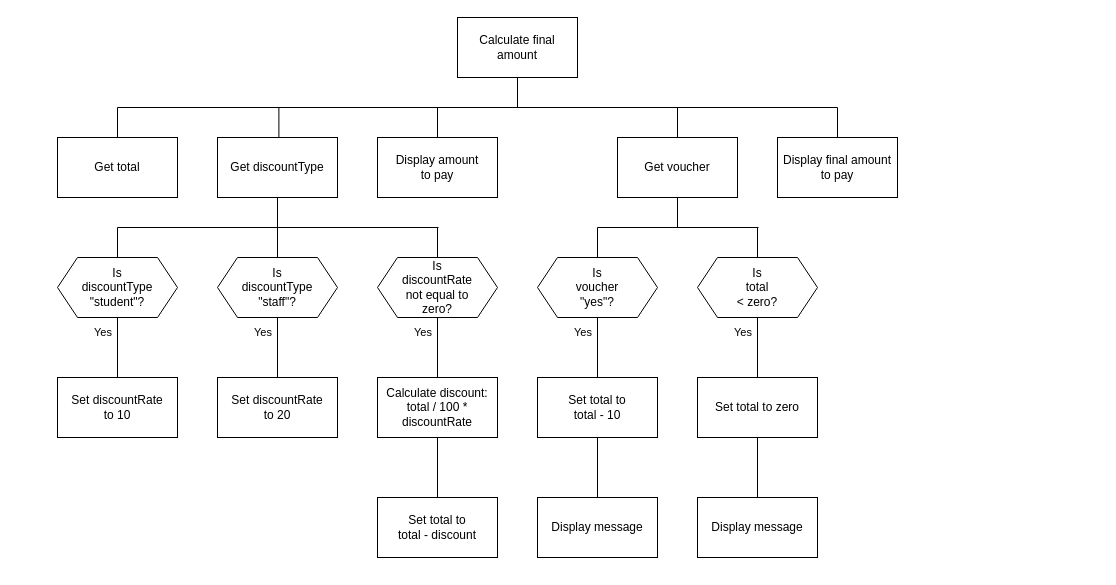
Above: page "sd2" (2 of 3) of n5/N5-SDD-Book-Shop/assets/N5 SDD Book Shop.drawio in MrFriendCS/MrFriendCS.github.io (draw.io), before the change. Source tidied: cells renumbered, new cells numbered last; positions are measured from the earlier drawing's top-left corner, leaving out a move shared by most shapes. Both pictures are drawn from the tidied source at 100%, with x=0, y=0 at pixel (57, 17).
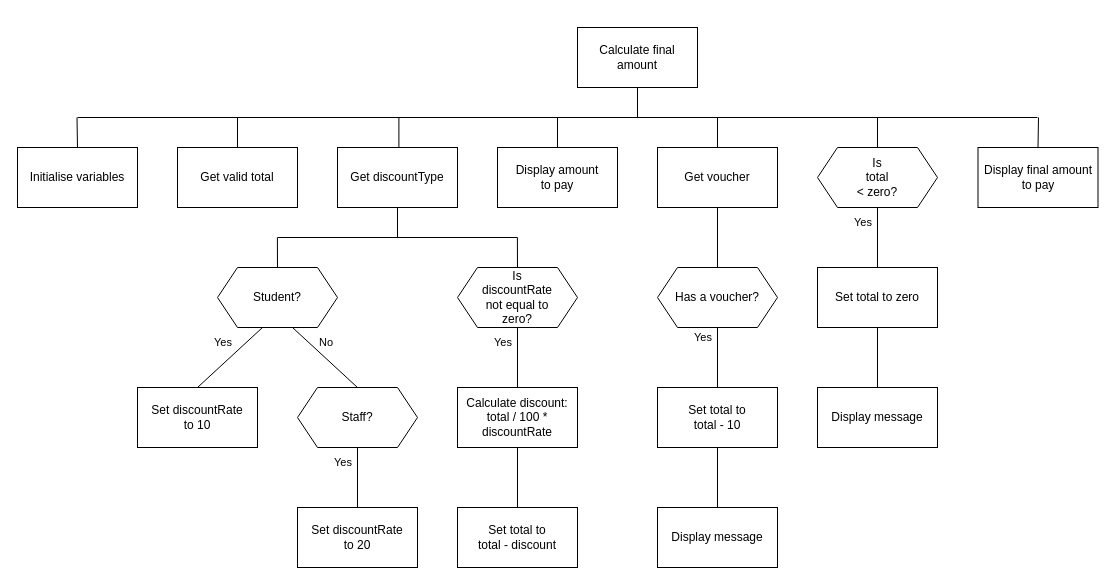
After the change.

The edit, as a diff of the source:
```diff
@@
     <mxCell id="2" style="edgeStyle=orthogonalEdgeStyle;shape=connector;rounded=0;jettySize=auto;html=1;exitX=0.5;exitY=1;exitDx=0;exitDy=0;labelBackgroundColor=default;strokeColor=default;fontFamily=Helvetica;fontSize=11;fontColor=default;endArrow=none;endFill=0;" parent="1" edge="1" source="3">
       <mxGeometry relative="1" as="geometry">
-        <mxPoint x="460" y="90" as="targetPoint" />
+        <mxPoint x="580" y="100" as="targetPoint" />
       </mxGeometry>
     </mxCell>
     <mxCell id="3" value="Calculate final amount" style="rounded=0;whiteSpace=wrap;html=1;" parent="1" vertex="1">
-      <mxGeometry x="400" width="120" height="60" as="geometry" />
+      <mxGeometry x="520" y="10" width="120" height="60" as="geometry" />
     </mxCell>
     <mxCell id="4" style="edgeStyle=orthogonalEdgeStyle;rounded=0;jettySize=auto;html=1;exitX=0.5;exitY=0;exitDx=0;exitDy=0;endArrow=none;endFill=0;" parent="1" edge="1" source="5">
       <mxGeometry relative="1" as="geometry">
-        <mxPoint x="60" y="90" as="targetPoint" />
+        <mxPoint x="180" y="100" as="targetPoint" />
       </mxGeometry>
     </mxCell>
-    <mxCell id="5" value="Get total" style="rounded=0;whiteSpace=wrap;html=1;" parent="1" vertex="1">
-      <mxGeometry y="120" width="120" height="60" as="geometry" />
+    <mxCell id="5" value="Get valid total" style="rounded=0;whiteSpace=wrap;html=1;" parent="1" vertex="1">
+      <mxGeometry x="120" y="130" width="120" height="60" as="geometry" />
     </mxCell>
     <mxCell id="6" style="edgeStyle=orthogonalEdgeStyle;rounded=0;jettySize=auto;html=1;exitX=0.5;exitY=0;exitDx=0;exitDy=0;endArrow=none;endFill=0;" parent="1" edge="1" source="7">
       <mxGeometry relative="1" as="geometry">
-        <mxPoint x="221.4" y="90" as="targetPoint" />
+        <mxPoint x="341.4" y="100" as="targetPoint" />
       </mxGeometry>
     </mxCell>
+    <mxCell id="49" style="edgeStyle=none;shape=connector;rounded=0;jettySize=auto;html=1;exitX=0.5;exitY=1;exitDx=0;exitDy=0;labelBackgroundColor=default;strokeColor=default;fontFamily=Helvetica;fontSize=11;fontColor=default;endArrow=none;endFill=0;" parent="1" edge="1" source="7">
+      <mxGeometry relative="1" as="geometry">
+        <mxPoint x="340" y="220" as="targetPoint" />
+      </mxGeometry>
+    </mxCell>
     <mxCell id="7" value="Get discountType" style="rounded=0;whiteSpace=wrap;html=1;" parent="1" vertex="1">
-      <mxGeometry x="160" y="120" width="120" height="60" as="geometry" />
+      <mxGeometry x="280" y="130" width="120" height="60" as="geometry" />
     </mxCell>
-    <mxCell id="8" style="edgeStyle=orthogonalEdgeStyle;rounded=0;orthogonalLoop=1;jettySize=auto;html=1;endArrow=none;endFill=0;" parent="1" edge="1">
-      <mxGeometry relative="1" as="geometry">
-        <mxPoint x="60" y="240" as="sourcePoint" />
-        <mxPoint x="60" y="210" as="targetPoint" />
-      </mxGeometry>
-    </mxCell>
-    <mxCell id="9" style="edgeStyle=orthogonalEdgeStyle;rounded=0;jettySize=auto;html=1;exitX=0.5;exitY=0;exitDx=0;exitDy=0;entryX=0.5;entryY=1;entryDx=0;entryDy=0;endArrow=none;endFill=0;" parent="1" edge="1" source="10" target="43">
+    <mxCell id="9" style="edgeStyle=none;shape=connector;rounded=0;jettySize=auto;html=1;exitX=0.5;exitY=0;exitDx=0;exitDy=0;entryX=0.375;entryY=1;entryDx=0;entryDy=0;labelBackgroundColor=default;strokeColor=default;fontFamily=Helvetica;fontSize=11;fontColor=default;endArrow=none;endFill=0;" parent="1" edge="1" source="10" target="43">
       <mxGeometry relative="1" as="geometry" />
     </mxCell>
     <mxCell id="10" value="Set discountRate&lt;br&gt;to 10" style="rounded=0;whiteSpace=wrap;html=1;" parent="1" vertex="1">
-      <mxGeometry y="360" width="120" height="60" as="geometry" />
+      <mxGeometry x="80" y="370" width="120" height="60" as="geometry" />
     </mxCell>
-    <mxCell id="11" style="edgeStyle=orthogonalEdgeStyle;rounded=0;orthogonalLoop=1;jettySize=auto;html=1;exitX=0.5;exitY=0;exitDx=0;exitDy=0;endArrow=none;endFill=0;" parent="1" edge="1">
-      <mxGeometry relative="1" as="geometry">
-        <mxPoint x="380" y="240" as="sourcePoint" />
-        <mxPoint x="380" y="210" as="targetPoint" />
-      </mxGeometry>
-    </mxCell>
@@
     <mxCell id="13" value="Calculate discount:&lt;br&gt;total / 100 * discountRate" style="rounded=0;whiteSpace=wrap;html=1;" parent="1" vertex="1">
-      <mxGeometry x="320" y="360" width="120" height="60" as="geometry" />
+      <mxGeometry x="400" y="370" width="120" height="60" as="geometry" />
     </mxCell>
@@
     <mxCell id="15" value="Set total to&lt;br&gt;total - discount" style="rounded=0;whiteSpace=wrap;html=1;" parent="1" vertex="1">
-      <mxGeometry x="320" y="480" width="120" height="60" as="geometry" />
+      <mxGeometry x="400" y="490" width="120" height="60" as="geometry" />
     </mxCell>
@@
     <mxCell id="17" value="Set discountRate&lt;br&gt;to 20" style="rounded=0;whiteSpace=wrap;html=1;" parent="1" vertex="1">
-      <mxGeometry x="160" y="360" width="120" height="60" as="geometry" />
+      <mxGeometry x="240" y="490" width="120" height="60" as="geometry" />
     </mxCell>
     <mxCell id="18" style="edgeStyle=orthogonalEdgeStyle;rounded=0;jettySize=auto;html=1;exitX=0.5;exitY=0;exitDx=0;exitDy=0;endArrow=none;endFill=0;" parent="1" edge="1" source="20">
       <mxGeometry relative="1" as="geometry">
-        <mxPoint x="620" y="90" as="targetPoint" />
+        <mxPoint x="660" y="100" as="targetPoint" />
       </mxGeometry>
     </mxCell>
-    <mxCell id="19" style="edgeStyle=orthogonalEdgeStyle;rounded=0;jettySize=auto;html=1;exitX=0.5;exitY=1;exitDx=0;exitDy=0;endArrow=none;endFill=0;" parent="1" edge="1" source="20">
-      <mxGeometry relative="1" as="geometry">
-        <mxPoint x="620" y="210" as="targetPoint" />
-      </mxGeometry>
-    </mxCell>
     <mxCell id="20" value="Get voucher" style="rounded=0;whiteSpace=wrap;html=1;" parent="1" vertex="1">
-      <mxGeometry x="560" y="120" width="120" height="60" as="geometry" />
+      <mxGeometry x="600" y="130" width="120" height="60" as="geometry" />
     </mxCell>
-    <mxCell id="21" style="edgeStyle=orthogonalEdgeStyle;rounded=0;orthogonalLoop=1;jettySize=auto;html=1;exitX=0.5;exitY=0;exitDx=0;exitDy=0;endArrow=none;endFill=0;" parent="1" edge="1">
-      <mxGeometry relative="1" as="geometry">
-        <mxPoint x="540" y="240" as="sourcePoint" />
-        <mxPoint x="540" y="210" as="targetPoint" />
-      </mxGeometry>
-    </mxCell>
@@
     <mxCell id="23" value="Set total to&lt;br style=&quot;border-color: var(--border-color);&quot;&gt;total - 10" style="rounded=0;whiteSpace=wrap;html=1;" parent="1" vertex="1">
-      <mxGeometry x="480" y="360" width="120" height="60" as="geometry" />
+      <mxGeometry x="600" y="370" width="120" height="60" as="geometry" />
     </mxCell>
-    <mxCell id="24" style="edgeStyle=orthogonalEdgeStyle;rounded=0;orthogonalLoop=1;jettySize=auto;html=1;exitX=0.5;exitY=0;exitDx=0;exitDy=0;endArrow=none;endFill=0;" parent="1" edge="1">
-      <mxGeometry relative="1" as="geometry">
-        <mxPoint x="700" y="240" as="sourcePoint" />
-        <mxPoint x="700" y="210" as="targetPoint" />
-      </mxGeometry>
-    </mxCell>
-    <mxCell id="25" style="edgeStyle=orthogonalEdgeStyle;shape=connector;rounded=0;jettySize=auto;html=1;exitX=0.5;exitY=0;exitDx=0;exitDy=0;entryX=0.5;entryY=1;entryDx=0;entryDy=0;labelBackgroundColor=default;strokeColor=default;fontFamily=Helvetica;fontSize=11;fontColor=default;endArrow=none;endFill=0;" parent="1" edge="1" source="26" target="28">
-      <mxGeometry relative="1" as="geometry" />
-    </mxCell>
-    <mxCell id="26" value="Display message" style="rounded=0;whiteSpace=wrap;html=1;" parent="1" vertex="1">
-      <mxGeometry x="640" y="480" width="120" height="60" as="geometry" />
-    </mxCell>
-    <mxCell id="27" style="edgeStyle=orthogonalEdgeStyle;shape=connector;rounded=0;jettySize=auto;html=1;exitX=0.5;exitY=0;exitDx=0;exitDy=0;entryX=0.5;entryY=1;entryDx=0;entryDy=0;labelBackgroundColor=default;strokeColor=default;fontFamily=Helvetica;fontSize=11;fontColor=default;endArrow=none;endFill=0;" parent="1" edge="1" source="28" target="48">
-      <mxGeometry relative="1" as="geometry" />
-    </mxCell>
-    <mxCell id="28" value="Set total to zero" style="rounded=0;whiteSpace=wrap;html=1;" parent="1" vertex="1">
-      <mxGeometry x="640" y="360" width="120" height="60" as="geometry" />
-    </mxCell>
-    <mxCell id="29" style="edgeStyle=orthogonalEdgeStyle;rounded=0;jettySize=auto;html=1;exitX=0.5;exitY=0;exitDx=0;exitDy=0;endArrow=none;endFill=0;" parent="1" edge="1" source="30">
-      <mxGeometry relative="1" as="geometry">
-        <mxPoint x="780" y="90" as="targetPoint" />
-      </mxGeometry>
-    </mxCell>
+    <mxCell id="50" style="edgeStyle=none;shape=connector;rounded=0;jettySize=auto;html=1;exitX=0.5;exitY=0;exitDx=0;exitDy=0;labelBackgroundColor=default;strokeColor=default;fontFamily=Helvetica;fontSize=11;fontColor=default;endArrow=none;endFill=0;" parent="1" edge="1" source="30">
+      <mxGeometry relative="1" as="geometry">
+        <mxPoint x="981" y="100" as="targetPoint" />
+      </mxGeometry>
+    </mxCell>
     <mxCell id="30" value="Display final amount to pay" style="rounded=0;whiteSpace=wrap;html=1;" parent="1" vertex="1">
-      <mxGeometry x="720" y="120" width="120" height="60" as="geometry" />
+      <mxGeometry x="920.5" y="130" width="120" height="60" as="geometry" />
     </mxCell>
     <mxCell id="31" style="edgeStyle=orthogonalEdgeStyle;rounded=0;jettySize=auto;html=1;exitX=0.5;exitY=0;exitDx=0;exitDy=0;endArrow=none;endFill=0;" parent="1" edge="1" source="32">
       <mxGeometry relative="1" as="geometry">
-        <mxPoint x="380" y="90" as="targetPoint" />
+        <mxPoint x="500" y="100" as="targetPoint" />
       </mxGeometry>
     </mxCell>
     <mxCell id="32" value="Display amount&lt;br&gt;to pay" style="rounded=0;whiteSpace=wrap;html=1;" parent="1" vertex="1">
-      <mxGeometry x="320" y="120" width="120" height="60" as="geometry" />
+      <mxGeometry x="440" y="130" width="120" height="60" as="geometry" />
     </mxCell>
     <mxCell id="33" style="endArrow=none;html=1;rounded=0;" parent="1" edge="1">
       <mxGeometry relative="1" as="geometry">
-        <mxPoint x="60" y="90" as="sourcePoint" />
-        <mxPoint x="780" y="90" as="targetPoint" />
+        <mxPoint x="20" y="100" as="sourcePoint" />
+        <mxPoint x="980" y="100" as="targetPoint" />
       </mxGeometry>
     </mxCell>
     <mxCell id="34" style="endArrow=none;html=1;rounded=0;" parent="1" edge="1">
       <mxGeometry relative="1" as="geometry">
-        <mxPoint x="60" y="210" as="sourcePoint" />
-        <mxPoint x="381" y="210" as="targetPoint" />
+        <mxPoint x="220" y="220" as="sourcePoint" />
+        <mxPoint x="460" y="220" as="targetPoint" />
       </mxGeometry>
     </mxCell>
-    <mxCell id="35" style="endArrow=none;html=1;rounded=0;" parent="1" edge="1">
-      <mxGeometry relative="1" as="geometry">
-        <mxPoint x="540" y="210" as="sourcePoint" />
-        <mxPoint x="701" y="210" as="targetPoint" />
-      </mxGeometry>
-    </mxCell>
     <mxCell id="36" value="Yes" style="text;html=1;strokeColor=none;fillColor=none;align=right;verticalAlign=middle;whiteSpace=wrap;rounded=0;fontSize=11;fontFamily=Helvetica;fontColor=default;spacing=2;spacingRight=3;" parent="1" vertex="1">
-      <mxGeometry x="160" y="300" width="60" height="30" as="geometry" />
+      <mxGeometry x="240" y="430" width="60" height="30" as="geometry" />
     </mxCell>
     <mxCell id="37" value="Yes" style="text;html=1;strokeColor=none;fillColor=none;align=right;verticalAlign=middle;whiteSpace=wrap;rounded=0;fontSize=11;fontFamily=Helvetica;fontColor=default;spacing=2;spacingRight=3;" parent="1" vertex="1">
-      <mxGeometry y="300" width="60" height="30" as="geometry" />
+      <mxGeometry x="140" y="310" width="40" height="30" as="geometry" />
     </mxCell>
     <mxCell id="38" value="Yes" style="text;html=1;strokeColor=none;fillColor=none;align=right;verticalAlign=middle;whiteSpace=wrap;rounded=0;fontSize=11;fontFamily=Helvetica;fontColor=default;spacing=2;spacingRight=3;" parent="1" vertex="1">
-      <mxGeometry x="320" y="300" width="60" height="30" as="geometry" />
+      <mxGeometry x="400" y="310" width="60" height="30" as="geometry" />
     </mxCell>
     <mxCell id="39" value="Yes" style="text;html=1;strokeColor=none;fillColor=none;align=right;verticalAlign=middle;whiteSpace=wrap;rounded=0;fontSize=11;fontFamily=Helvetica;fontColor=default;spacing=2;spacingRight=3;" parent="1" vertex="1">
-      <mxGeometry x="480" y="300" width="60" height="30" as="geometry" />
+      <mxGeometry x="600" y="305" width="60" height="30" as="geometry" />
     </mxCell>
-    <mxCell id="40" value="Yes" style="text;html=1;strokeColor=none;fillColor=none;align=right;verticalAlign=middle;whiteSpace=wrap;rounded=0;fontSize=11;fontFamily=Helvetica;fontColor=default;spacing=2;spacingRight=3;" parent="1" vertex="1">
-      <mxGeometry x="640" y="300" width="60" height="30" as="geometry" />
-    </mxCell>
@@
     <mxCell id="42" value="Display message" style="rounded=0;whiteSpace=wrap;html=1;" parent="1" vertex="1">
-      <mxGeometry x="480" y="480" width="120" height="60" as="geometry" />
+      <mxGeometry x="600" y="490" width="120" height="60" as="geometry" />
     </mxCell>
+    <mxCell id="51" style="edgeStyle=none;shape=connector;rounded=0;jettySize=auto;html=1;exitX=0.5;exitY=0;exitDx=0;exitDy=0;labelBackgroundColor=default;strokeColor=default;fontFamily=Helvetica;fontSize=11;fontColor=default;endArrow=none;endFill=0;" parent="1" edge="1" source="43">
+      <mxGeometry relative="1" as="geometry">
+        <mxPoint x="219.9" y="220" as="targetPoint" />
+      </mxGeometry>
+    </mxCell>
-    <mxCell id="43" value="Is&lt;br style=&quot;border-color: var(--border-color);&quot;&gt;discountType&lt;br style=&quot;border-color: var(--border-color);&quot;&gt;&quot;student&quot;?" style="shape=hexagon;perimeter=hexagonPerimeter2;whiteSpace=wrap;html=1;fixedSize=1;" parent="1" vertex="1">
-      <mxGeometry y="240" width="120" height="60" as="geometry" />
+    <mxCell id="43" value="Student?" style="shape=hexagon;perimeter=hexagonPerimeter2;whiteSpace=wrap;html=1;fixedSize=1;" parent="1" vertex="1">
+      <mxGeometry x="160" y="250" width="120" height="60" as="geometry" />
     </mxCell>
-    <mxCell id="44" style="edgeStyle=orthogonalEdgeStyle;shape=connector;rounded=0;jettySize=auto;html=1;exitX=0.5;exitY=0;exitDx=0;exitDy=0;entryX=0.5;entryY=1;entryDx=0;entryDy=0;labelBackgroundColor=default;strokeColor=default;fontFamily=Helvetica;fontSize=11;fontColor=default;endArrow=none;endFill=0;" parent="1" edge="1" source="45" target="7">
-      <mxGeometry relative="1" as="geometry" />
-    </mxCell>
+    <mxCell id="52" style="edgeStyle=none;shape=connector;rounded=0;jettySize=auto;html=1;exitX=0.5;exitY=0;exitDx=0;exitDy=0;entryX=0.625;entryY=1;entryDx=0;entryDy=0;labelBackgroundColor=default;strokeColor=default;fontFamily=Helvetica;fontSize=11;fontColor=default;endArrow=none;endFill=0;" parent="1" edge="1" source="45" target="43">
+      <mxGeometry relative="1" as="geometry" />
+    </mxCell>
-    <mxCell id="45" value="Is&lt;br style=&quot;border-color: var(--border-color);&quot;&gt;discountType&lt;br style=&quot;border-color: var(--border-color);&quot;&gt;&quot;staff&quot;?" style="shape=hexagon;perimeter=hexagonPerimeter2;whiteSpace=wrap;html=1;fixedSize=1;" parent="1" vertex="1">
-      <mxGeometry x="160" y="240" width="120" height="60" as="geometry" />
+    <mxCell id="45" value="Staff?" style="shape=hexagon;perimeter=hexagonPerimeter2;whiteSpace=wrap;html=1;fixedSize=1;" parent="1" vertex="1">
+      <mxGeometry x="240" y="370" width="120" height="60" as="geometry" />
     </mxCell>
+    <mxCell id="53" style="edgeStyle=none;shape=connector;rounded=0;jettySize=auto;html=1;exitX=0.5;exitY=0;exitDx=0;exitDy=0;labelBackgroundColor=default;strokeColor=default;fontFamily=Helvetica;fontSize=11;fontColor=default;endArrow=none;endFill=0;" parent="1" edge="1" source="46">
+      <mxGeometry relative="1" as="geometry">
+        <mxPoint x="459.9" y="220" as="targetPoint" />
+      </mxGeometry>
+    </mxCell>
     <mxCell id="46" value="Is&lt;br style=&quot;border-color: var(--border-color);&quot;&gt;discountRate&lt;br style=&quot;border-color: var(--border-color);&quot;&gt;not equal to&lt;br style=&quot;border-color: var(--border-color);&quot;&gt;zero?" style="shape=hexagon;perimeter=hexagonPerimeter2;whiteSpace=wrap;html=1;fixedSize=1;" parent="1" vertex="1">
-      <mxGeometry x="320" y="240" width="120" height="60" as="geometry" />
+      <mxGeometry x="400" y="250" width="120" height="60" as="geometry" />
     </mxCell>
+    <mxCell id="54" style="edgeStyle=none;shape=connector;rounded=0;jettySize=auto;html=1;exitX=0.5;exitY=0;exitDx=0;exitDy=0;entryX=0.5;entryY=1;entryDx=0;entryDy=0;labelBackgroundColor=default;strokeColor=default;fontFamily=Helvetica;fontSize=11;fontColor=default;endArrow=none;endFill=0;" parent="1" edge="1" source="47" target="20">
+      <mxGeometry relative="1" as="geometry" />
+    </mxCell>
-    <mxCell id="47" value="Is&lt;br style=&quot;border-color: var(--border-color);&quot;&gt;voucher&lt;br style=&quot;border-color: var(--border-color);&quot;&gt;&quot;yes&quot;?" style="shape=hexagon;perimeter=hexagonPerimeter2;whiteSpace=wrap;html=1;fixedSize=1;" parent="1" vertex="1">
-      <mxGeometry x="480" y="240" width="120" height="60" as="geometry" />
+    <mxCell id="47" value="Has a voucher?" style="shape=hexagon;perimeter=hexagonPerimeter2;whiteSpace=wrap;html=1;fixedSize=1;" parent="1" vertex="1">
+      <mxGeometry x="600" y="250" width="120" height="60" as="geometry" />
     </mxCell>
+    <mxCell id="55" style="rounded=0;jettySize=auto;html=1;exitX=0.5;exitY=0;exitDx=0;exitDy=0;endArrow=none;endFill=0;" parent="1" edge="1" source="56">
+      <mxGeometry relative="1" as="geometry">
+        <mxPoint x="19.5" y="100" as="targetPoint" />
+      </mxGeometry>
+    </mxCell>
+    <mxCell id="56" value="Initialise variables" style="rounded=0;whiteSpace=wrap;html=1;" parent="1" vertex="1">
+      <mxGeometry x="-40" y="130" width="120" height="60" as="geometry" />
+    </mxCell>
+    <mxCell id="57" value="No" style="text;html=1;strokeColor=none;fillColor=none;align=left;verticalAlign=middle;whiteSpace=wrap;rounded=0;fontSize=11;fontFamily=Helvetica;fontColor=default;spacing=2;spacingRight=3;" parent="1" vertex="1">
+      <mxGeometry x="260" y="310" width="40" height="30" as="geometry" />
+    </mxCell>
+    <mxCell id="25" style="edgeStyle=orthogonalEdgeStyle;shape=connector;rounded=0;jettySize=auto;html=1;exitX=0.5;exitY=0;exitDx=0;exitDy=0;entryX=0.5;entryY=1;entryDx=0;entryDy=0;labelBackgroundColor=default;strokeColor=default;fontFamily=Helvetica;fontSize=11;fontColor=default;endArrow=none;endFill=0;" parent="1" edge="1" source="26" target="28">
+      <mxGeometry relative="1" as="geometry" />
+    </mxCell>
+    <mxCell id="26" value="Display message" style="rounded=0;whiteSpace=wrap;html=1;" parent="1" vertex="1">
+      <mxGeometry x="760" y="370" width="120" height="60" as="geometry" />
+    </mxCell>
+    <mxCell id="27" style="edgeStyle=orthogonalEdgeStyle;shape=connector;rounded=0;jettySize=auto;html=1;exitX=0.5;exitY=0;exitDx=0;exitDy=0;entryX=0.5;entryY=1;entryDx=0;entryDy=0;labelBackgroundColor=default;strokeColor=default;fontFamily=Helvetica;fontSize=11;fontColor=default;endArrow=none;endFill=0;" parent="1" edge="1" source="28" target="48">
+      <mxGeometry relative="1" as="geometry" />
+    </mxCell>
+    <mxCell id="28" value="Set total to zero" style="rounded=0;whiteSpace=wrap;html=1;" parent="1" vertex="1">
+      <mxGeometry x="760" y="250" width="120" height="60" as="geometry" />
+    </mxCell>
+    <mxCell id="40" value="Yes" style="text;html=1;strokeColor=none;fillColor=none;align=right;verticalAlign=middle;whiteSpace=wrap;rounded=0;fontSize=11;fontFamily=Helvetica;fontColor=default;spacing=2;spacingRight=3;" parent="1" vertex="1">
+      <mxGeometry x="760" y="190" width="60" height="30" as="geometry" />
+    </mxCell>
+    <mxCell id="58" style="edgeStyle=none;shape=connector;rounded=0;jettySize=auto;html=1;exitX=0.5;exitY=0;exitDx=0;exitDy=0;labelBackgroundColor=default;strokeColor=default;fontFamily=Helvetica;fontSize=11;fontColor=default;endArrow=none;endFill=0;" parent="1" edge="1" source="48">
+      <mxGeometry relative="1" as="geometry">
+        <mxPoint x="820" y="100" as="targetPoint" />
+      </mxGeometry>
+    </mxCell>
     <mxCell id="48" value="Is&lt;br style=&quot;border-color: var(--border-color);&quot;&gt;total&lt;br style=&quot;border-color: var(--border-color);&quot;&gt;&amp;lt; zero?" style="shape=hexagon;perimeter=hexagonPerimeter2;whiteSpace=wrap;html=1;fixedSize=1;" parent="1" vertex="1">
-      <mxGeometry x="640" y="240" width="120" height="60" as="geometry" />
+      <mxGeometry x="760" y="130" width="120" height="60" as="geometry" />
     </mxCell>
```
